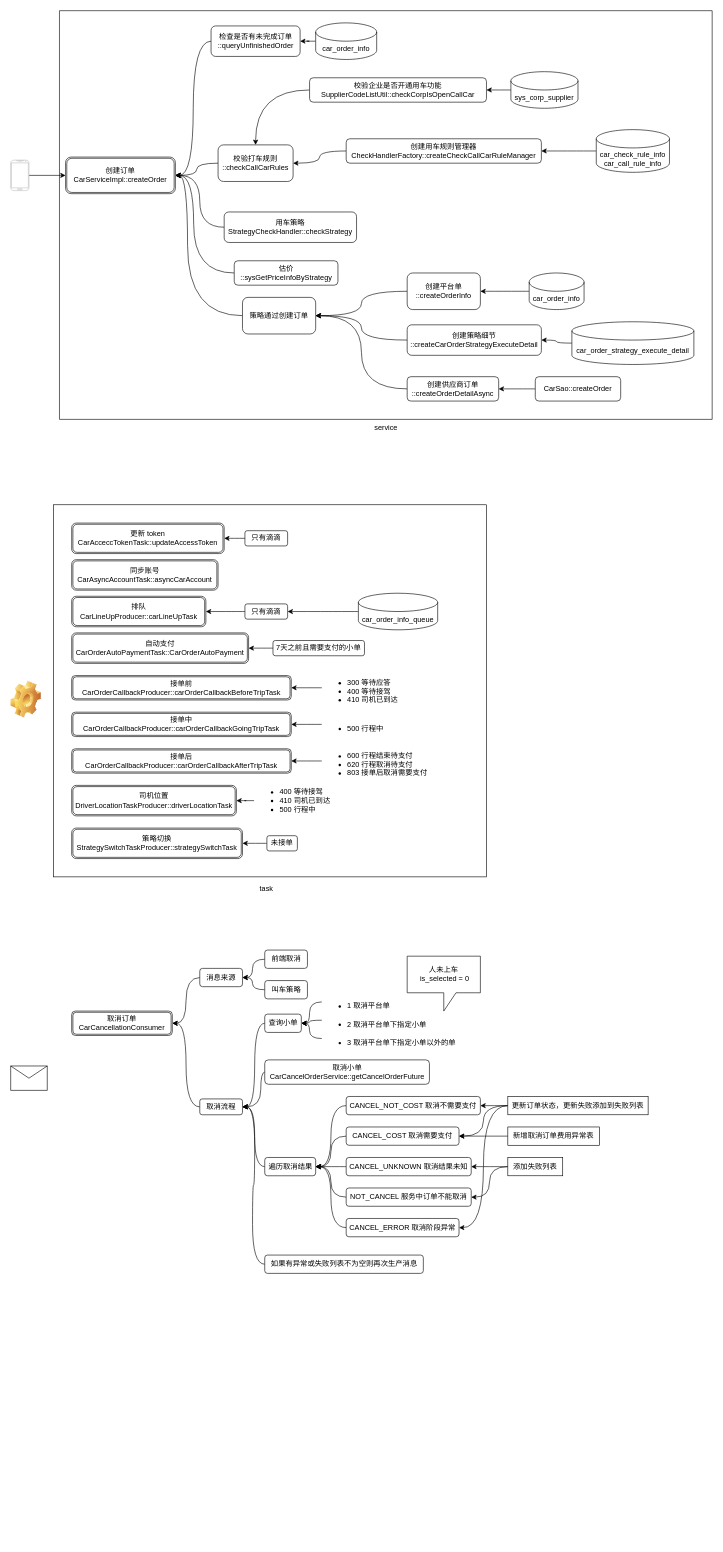
Xianzhan/amind keeps this draw.io diagram as Project/yixing2/car/夜间用车.drawio. Above is the earlier version. Source tidied: cells renumbered, new cells numbered last; positions are measured from the earlier drawing's top-left corner, leaving out a move shared by most shapes. Both pictures are drawn from the tidied source at 61%, with x=0, y=0 at pixel (10, 10).
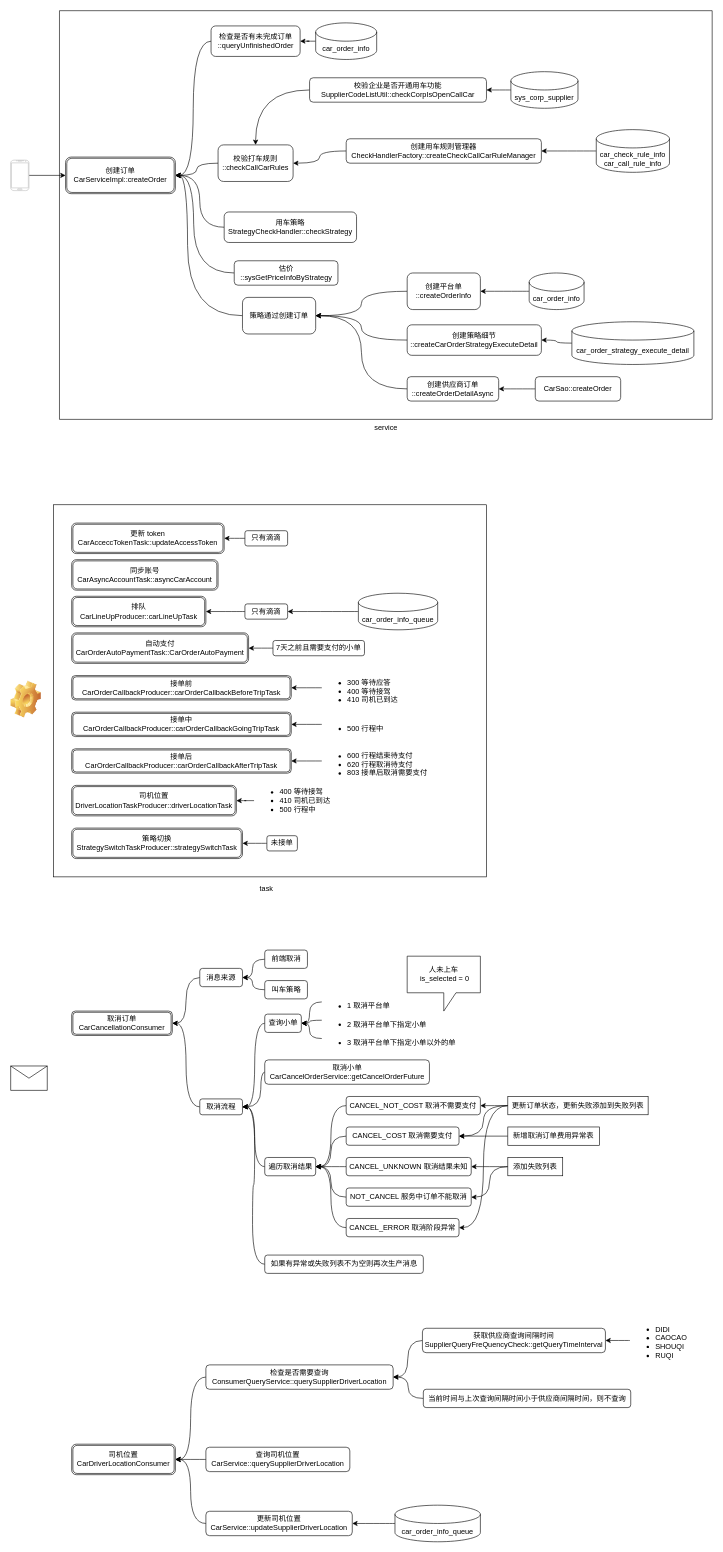
The same page after the edit.

What changed in the source:
```diff
@@
+    <mxCell id="112" value="司机位置&lt;br&gt;CarDriverLocationConsumer" style="shape=ext;double=1;rounded=1;whiteSpace=wrap;html=1;" parent="1" vertex="1">
+      <mxGeometry x="100" y="2350" width="170" height="50" as="geometry" />
+    </mxCell>
+    <mxCell id="113" style="edgeStyle=orthogonalEdgeStyle;curved=1;rounded=0;jettySize=auto;html=1;entryX=1;entryY=0.5;entryDx=0;entryDy=0;" parent="1" edge="1" source="114" target="112">
+      <mxGeometry relative="1" as="geometry" />
+    </mxCell>
+    <mxCell id="114" value="检查是否需要查询&lt;br&gt;ConsumerQueryService::querySupplierDriverLocation" style="rounded=1;whiteSpace=wrap;html=1;" parent="1" vertex="1">
+      <mxGeometry x="320" y="2220" width="307" height="40" as="geometry" />
+    </mxCell>
+    <mxCell id="115" style="edgeStyle=orthogonalEdgeStyle;curved=1;rounded=0;jettySize=auto;html=1;entryX=1;entryY=0.5;entryDx=0;entryDy=0;" parent="1" edge="1" source="116" target="114">
+      <mxGeometry relative="1" as="geometry" />
+    </mxCell>
+    <mxCell id="116" value="获取供应商查询间隔时间&lt;br&gt;SupplierQueryFreQuencyCheck::getQueryTimeInterval" style="rounded=1;whiteSpace=wrap;html=1;" parent="1" vertex="1">
+      <mxGeometry x="675" y="2160" width="300" height="40" as="geometry" />
+    </mxCell>
+    <mxCell id="117" style="edgeStyle=orthogonalEdgeStyle;curved=1;rounded=0;jettySize=auto;html=1;" parent="1" edge="1" source="118" target="116">
+      <mxGeometry relative="1" as="geometry" />
+    </mxCell>
+    <mxCell id="118" value="&lt;ul&gt;&lt;li&gt;DIDI&lt;/li&gt;&lt;li&gt;CAOCAO&lt;/li&gt;&lt;li&gt;SHOUQI&lt;/li&gt;&lt;li&gt;RUQI&lt;/li&gt;&lt;/ul&gt;" style="text;strokeColor=none;fillColor=none;html=1;whiteSpace=wrap;verticalAlign=middle;overflow=hidden;" parent="1" vertex="1">
+      <mxGeometry x="1015" y="2140" width="100" height="80" as="geometry" />
+    </mxCell>
+    <mxCell id="119" style="edgeStyle=orthogonalEdgeStyle;curved=1;rounded=0;jettySize=auto;html=1;entryX=1;entryY=0.5;entryDx=0;entryDy=0;" parent="1" edge="1" source="120" target="114">
+      <mxGeometry relative="1" as="geometry" />
+    </mxCell>
+    <mxCell id="120" value="当前时间与上次查询间隔时间小于供应商间隔时间，则不查询" style="rounded=1;whiteSpace=wrap;html=1;" parent="1" vertex="1">
+      <mxGeometry x="676.5" y="2260" width="340" height="30" as="geometry" />
+    </mxCell>
+    <mxCell id="121" style="edgeStyle=orthogonalEdgeStyle;curved=1;rounded=0;jettySize=auto;html=1;" parent="1" edge="1" source="122" target="112">
+      <mxGeometry relative="1" as="geometry" />
+    </mxCell>
+    <mxCell id="122" value="查询司机位置&lt;br&gt;CarService::querySupplierDriverLocation" style="rounded=1;whiteSpace=wrap;html=1;" parent="1" vertex="1">
+      <mxGeometry x="320" y="2355" width="236" height="40" as="geometry" />
+    </mxCell>
+    <mxCell id="123" style="edgeStyle=orthogonalEdgeStyle;curved=1;rounded=0;jettySize=auto;html=1;entryX=1;entryY=0.5;entryDx=0;entryDy=0;" parent="1" edge="1" source="124" target="112">
+      <mxGeometry relative="1" as="geometry" />
+    </mxCell>
+    <mxCell id="124" value="更新司机位置&lt;br&gt;CarService::updateSupplierDriverLocation" style="rounded=1;whiteSpace=wrap;html=1;" parent="1" vertex="1">
+      <mxGeometry x="320" y="2460" width="240" height="40" as="geometry" />
+    </mxCell>
+    <mxCell id="125" style="edgeStyle=orthogonalEdgeStyle;curved=1;rounded=0;jettySize=auto;html=1;" parent="1" edge="1" source="126" target="124">
+      <mxGeometry relative="1" as="geometry" />
+    </mxCell>
+    <mxCell id="126" value="car_order_info_queue" style="shape=cylinder3;whiteSpace=wrap;html=1;boundedLbl=1;backgroundOutline=1;size=15;" parent="1" vertex="1">
+      <mxGeometry x="630" y="2450" width="140" height="60" as="geometry" />
+    </mxCell>
```
